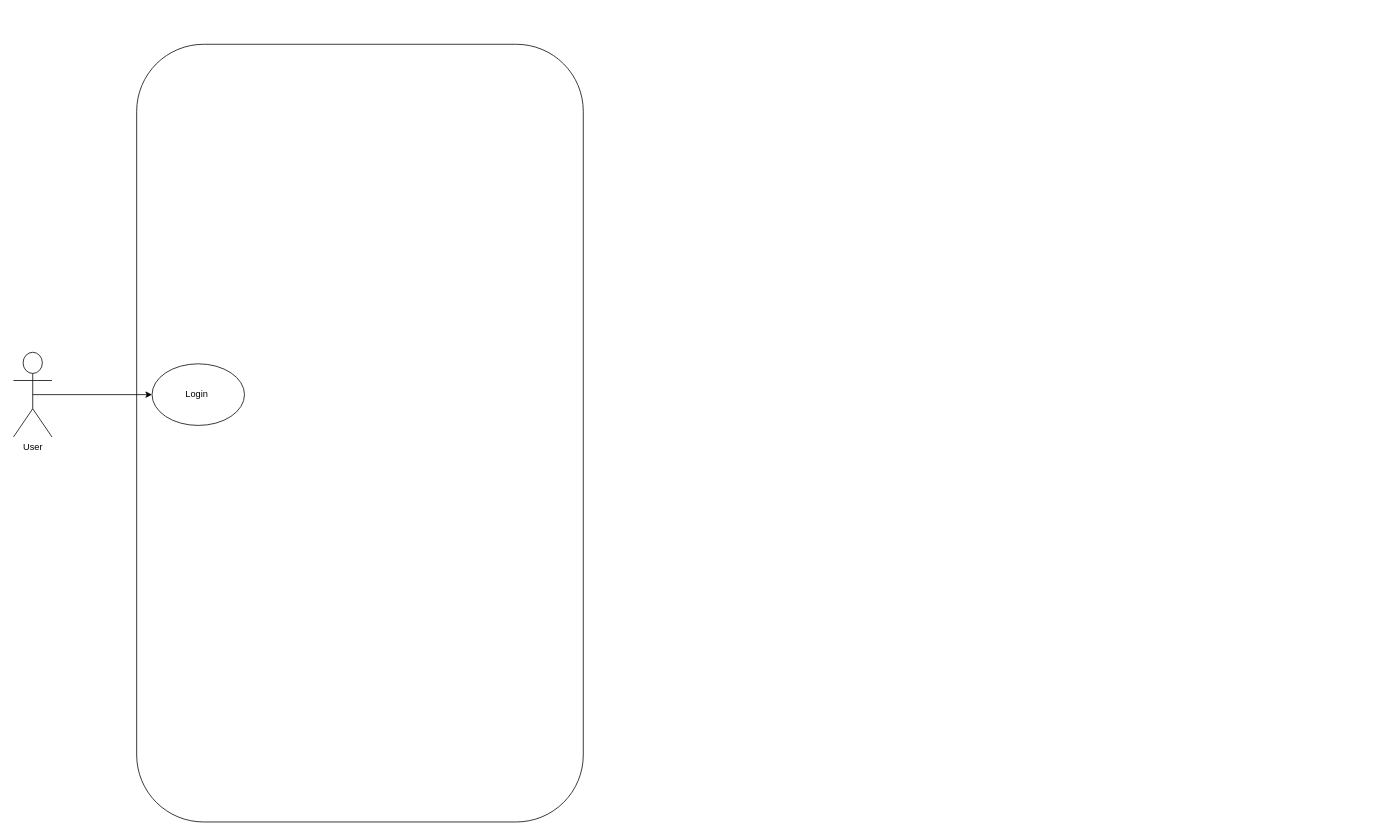
Above: Untitled Diagram.drawio in Mewww2k4/Project (draw.io), before the change. Source tidied: cells renumbered, new cells numbered last; positions are measured from the earlier drawing's top-left corner, leaving out a move shared by most shapes. Both pictures are drawn from the tidied source at 77%, with x=0, y=0 at pixel (13, 44).
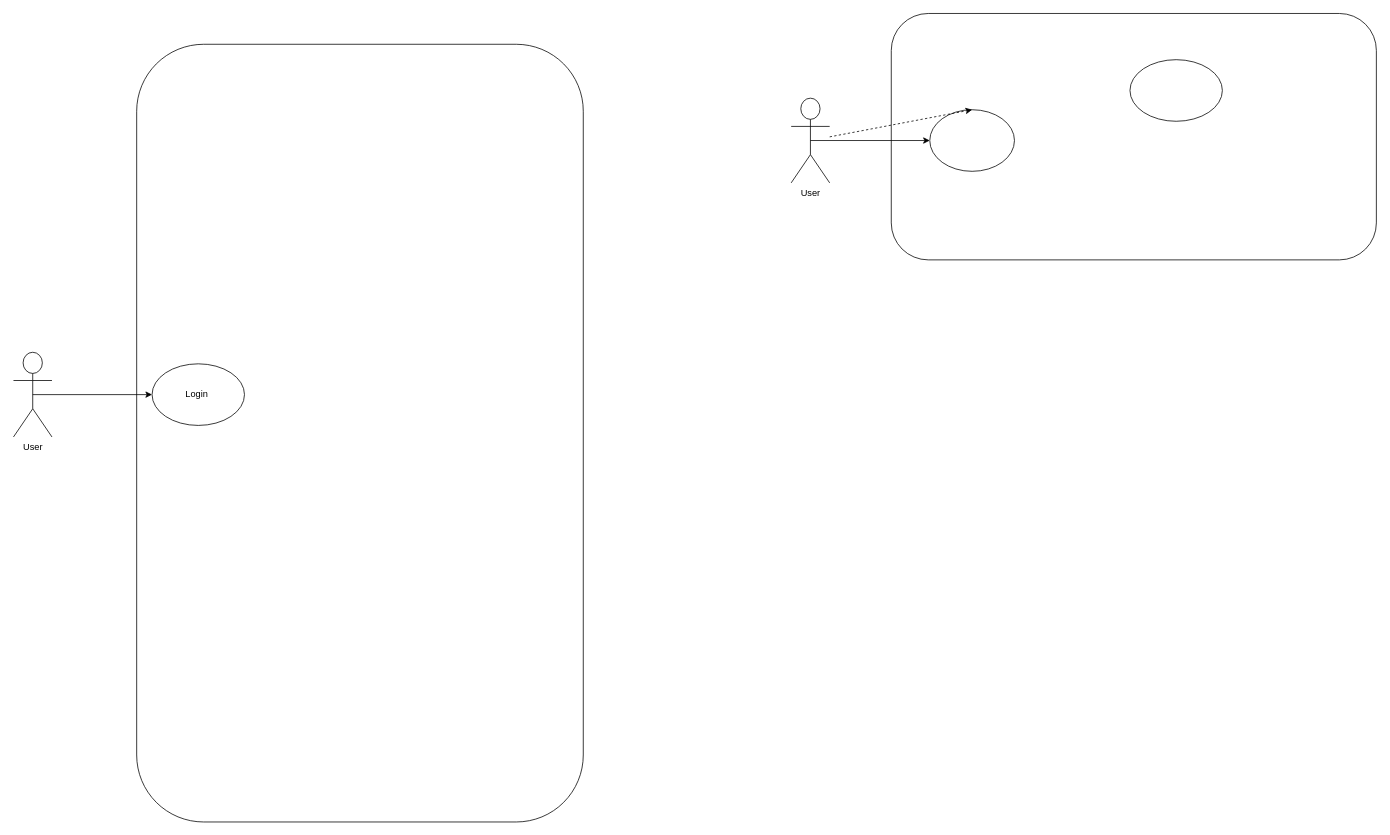
The same diagram, later.

Change to the diagram source:
```diff
@@
 <mxGraphModel>
   <root>
     <mxCell id="0" />
     <mxCell id="1" parent="0" />
     <mxCell id="2" value="User" style="shape=umlActor;verticalLabelPosition=bottom;verticalAlign=top;html=1;outlineConnect=0;" parent="1" vertex="1">
       <mxGeometry y="400" width="50" height="110" as="geometry" />
     </mxCell>
     <mxCell id="3" style="rounded=1;whiteSpace=wrap;html=1;fillColor=default;gradientColor=none;" parent="1" vertex="1">
       <mxGeometry x="160" width="580" height="1010" as="geometry" />
     </mxCell>
     <mxCell id="4" style="endArrow=classic;html=1;rounded=0;exitX=0.5;exitY=0.5;exitDx=0;exitDy=0;exitPerimeter=0;" parent="1" edge="1" source="2" target="5">
       <mxGeometry relative="1" as="geometry" />
     </mxCell>
     <mxCell id="5" value="Login&amp;nbsp;" style="ellipse;whiteSpace=wrap;html=1;" parent="1" vertex="1">
       <mxGeometry x="180" y="415" width="120" height="80" as="geometry" />
     </mxCell>
+    <mxCell id="6" style="rounded=1;whiteSpace=wrap;html=1;" parent="1" vertex="1">
+      <mxGeometry x="1140" y="-40" width="630" height="320" as="geometry" />
+    </mxCell>
+    <mxCell id="7" value="User" style="shape=umlActor;verticalLabelPosition=bottom;verticalAlign=top;html=1;outlineConnect=0;" parent="1" vertex="1">
+      <mxGeometry x="1010" y="70" width="50" height="110" as="geometry" />
+    </mxCell>
+    <mxCell id="8" style="ellipse;whiteSpace=wrap;html=1;" parent="1" vertex="1">
+      <mxGeometry x="1190" y="85" width="110" height="80" as="geometry" />
+    </mxCell>
+    <mxCell id="9" style="endArrow=classic;html=1;rounded=0;exitX=0.5;exitY=0.5;exitDx=0;exitDy=0;exitPerimeter=0;entryX=0;entryY=0.5;entryDx=0;entryDy=0;" parent="1" edge="1" source="7" target="8">
+      <mxGeometry relative="1" as="geometry" />
+    </mxCell>
+    <mxCell id="10" style="endArrow=classic;html=1;rounded=0;dashed=1;entryX=0.5;entryY=0;entryDx=0;entryDy=0;" parent="1" edge="1" source="7" target="8">
+      <mxGeometry relative="1" as="geometry" />
+    </mxCell>
+    <mxCell id="11" style="ellipse;whiteSpace=wrap;html=1;" parent="1" vertex="1">
+      <mxGeometry x="1450" y="20" width="120" height="80" as="geometry" />
+    </mxCell>
   </root>
 </mxGraphModel>
```
